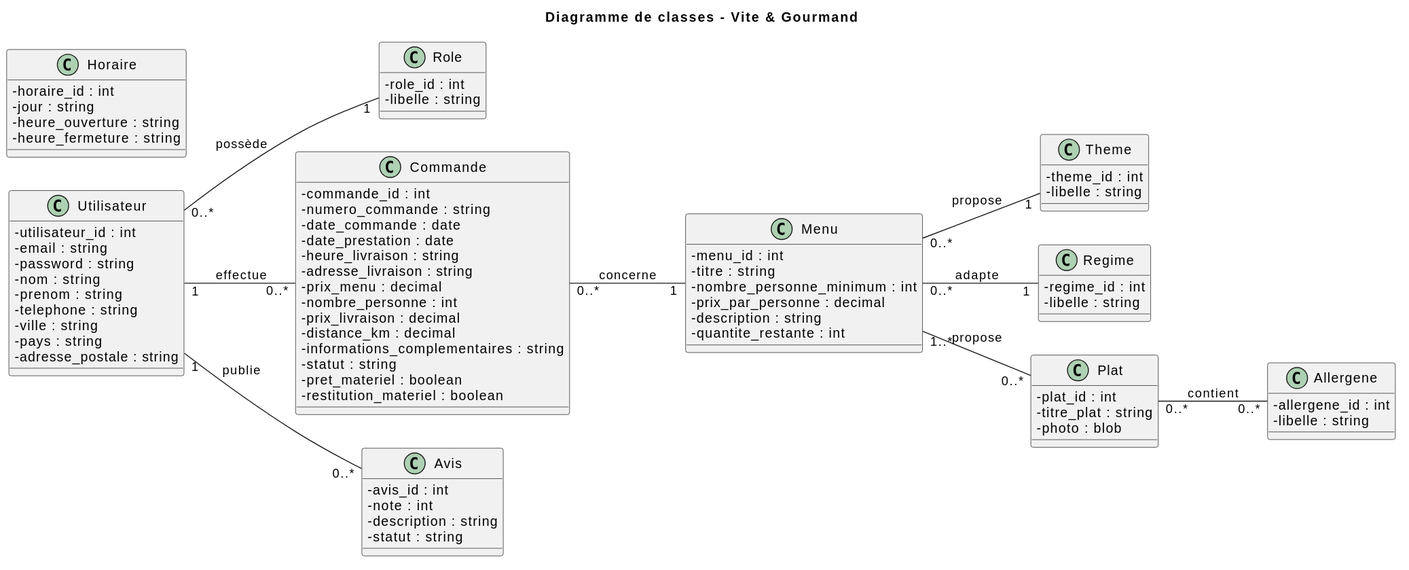
Earlier version of the PlantUML export docs/diagrammes/diagramme-classes.svg (Meldince6790/vite-et-gourmand).
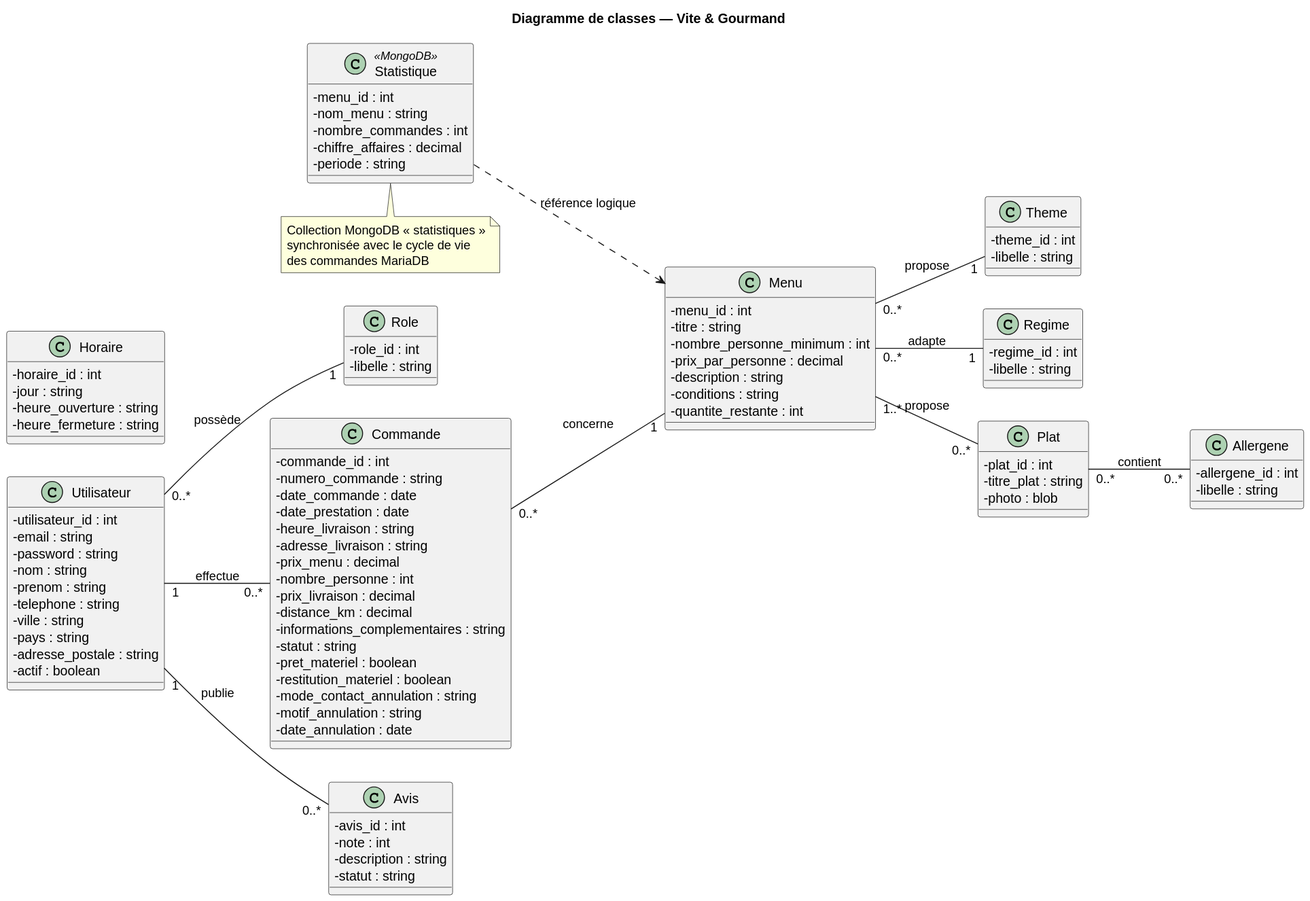
Above is the later version.

The edit, as a diff of the source:
```diff
@@ -1,8 +1,7 @@
 @startuml
-title Diagramme de classes - Vite & Gourmand
+title Diagramme de classes — Vite & Gourmand
 
 left to right direction
-
 skinparam classAttributeIconSize 0
 
 
@@ -16,6 +15,7 @@
     - ville : string
     - pays : string
     - adresse_postale : string
+    - actif : boolean
 }
 
 class Role {
@@ -26,13 +26,13 @@
 Utilisateur "0..*" -- "1" Role : possède
 
 
-
 class Menu {
     - menu_id : int
     - titre : string
     - nombre_personne_minimum : int
     - prix_par_personne : decimal
     - description : string
+    - conditions : string
     - quantite_restante : int
 }
 
@@ -58,7 +58,6 @@
 }
 
 
-
 class Commande {
     - commande_id : int
     - numero_commande : string
@@ -74,8 +73,10 @@
     - statut : string
     - pret_materiel : boolean
     - restitution_materiel : boolean
+    - mode_contact_annulation : string
+    - motif_annulation : string
+    - date_annulation : date
 }
-
 
 
 class Avis {
@@ -85,8 +86,6 @@
     - statut : string
 }
 
-
-
 class Horaire {
     - horaire_id : int
     - jour : string
@@ -95,18 +94,27 @@
 }
 
 
+class Statistique <<MongoDB>> {
+    - menu_id : int
+    - nom_menu : string
+    - nombre_commandes : int
+    - chiffre_affaires : decimal
+    - periode : string
+}
+
 
 Utilisateur "1" -- "0..*" Commande : effectue
+Commande "0..*" -- "1" Menu : concerne
+Utilisateur "1" -- "0..*" Avis : publie
+Menu "0..*" -- "1" Theme : propose
+Menu "0..*" -- "1" Regime : adapte
+Menu "1..*" -- "0..*" Plat : propose
+Plat "0..*" -- "0..*" Allergene : contient
+Statistique ..> Menu : référence logique
 
-Commande "0..*" -- "1" Menu : concerne
-
-Utilisateur "1" -- "0..*" Avis : publie
-
-Menu "0..*" -- "1" Theme : propose
-
-Menu "0..*" -- "1" Regime : adapte
-
-Menu "1..*" -- "0..*" Plat : propose
-
-Plat "0..*" -- "0..*" Allergene : contient
+note bottom of Statistique
+  Collection MongoDB « statistiques »
+  synchronisée avec le cycle de vie
+  des commandes MariaDB
+end note
 @enduml
```
